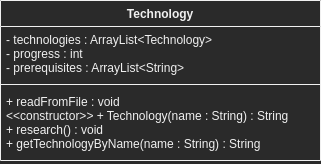
Above: UML/Technology.drawio.png in AdvancedProgrammingSUT2022/project-group-34 (draw.io), before the change. Source tidied: cells renumbered, new cells last; positions are measured from the earlier drawing's top-left corner, leaving out a move shared by most shapes. The source it was exported from:
```xml
<mxGraphModel>
  <root>
    <mxCell id="0" />
    <mxCell id="1" parent="0" />
    <mxCell id="2" value="Technology" style="swimlane;fontStyle=1;align=center;verticalAlign=top;horizontal=1;startSize=26;" parent="1" vertex="1">
      <mxGeometry width="320" height="160" as="geometry" />
    </mxCell>
    <mxCell id="3" value="- technologies : ArrayList&lt;Technology&gt;&#10;- progress : int&#10;- prerequisites : ArrayList&lt;String&gt;" style="text;strokeColor=none;fillColor=none;align=left;verticalAlign=top;spacingLeft=4;spacingRight=4;overflow=hidden;fontStyle=0;" parent="2" vertex="1">
      <mxGeometry y="26" width="320" height="54" as="geometry" />
    </mxCell>
    <mxCell id="4" style="line;strokeWidth=1;fillColor=none;align=left;verticalAlign=middle;spacingTop=-1;spacingLeft=3;spacingRight=3;labelPosition=right;" parent="2" vertex="1">
      <mxGeometry y="80" width="320" height="8" as="geometry" />
    </mxCell>
    <mxCell id="5" value="+ readFromFile : void&#10;&lt;&lt;constructor&gt;&gt; + Technology(name : String) : String&#10;+ research() : void&#10;+ getTechnologyByName(name : String) : String" style="text;strokeColor=none;fillColor=none;align=left;verticalAlign=top;spacingLeft=4;spacingRight=4;overflow=hidden;" parent="2" vertex="1">
      <mxGeometry y="88" width="320" height="72" as="geometry" />
    </mxCell>
  </root>
</mxGraphModel>
```
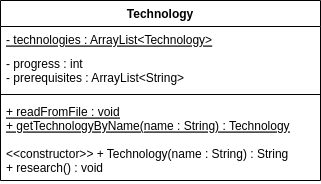
The same diagram one commit later.

Commit message:
improve view and technology and User

Change to the diagram source:
```diff
@@ -3,16 +3,22 @@
     <mxCell id="0" />
     <mxCell id="1" parent="0" />
     <mxCell id="2" value="Technology" style="swimlane;fontStyle=1;align=center;verticalAlign=top;horizontal=1;startSize=26;" parent="1" vertex="1">
-      <mxGeometry width="320" height="160" as="geometry" />
+      <mxGeometry width="320" height="180" as="geometry" />
     </mxCell>
-    <mxCell id="3" value="- technologies : ArrayList&lt;Technology&gt;&#10;- progress : int&#10;- prerequisites : ArrayList&lt;String&gt;" style="text;strokeColor=none;fillColor=none;align=left;verticalAlign=top;spacingLeft=4;spacingRight=4;overflow=hidden;fontStyle=0;" parent="2" vertex="1">
-      <mxGeometry y="26" width="320" height="54" as="geometry" />
+    <mxCell id="3" value="- technologies : ArrayList&lt;Technology&gt;" style="text;strokeColor=none;fillColor=none;align=left;verticalAlign=top;spacingLeft=4;spacingRight=4;overflow=hidden;fontStyle=4;" parent="2" vertex="1">
+      <mxGeometry y="26" width="320" height="24" as="geometry" />
     </mxCell>
+    <mxCell id="6" value="- progress : int&#10;- prerequisites : ArrayList&lt;String&gt;" style="text;strokeColor=none;fillColor=none;align=left;verticalAlign=top;spacingLeft=4;spacingRight=4;overflow=hidden;fontStyle=0;" parent="2" vertex="1">
+      <mxGeometry y="50" width="320" height="40" as="geometry" />
+    </mxCell>
     <mxCell id="4" style="line;strokeWidth=1;fillColor=none;align=left;verticalAlign=middle;spacingTop=-1;spacingLeft=3;spacingRight=3;labelPosition=right;" parent="2" vertex="1">
-      <mxGeometry y="80" width="320" height="8" as="geometry" />
+      <mxGeometry y="90" width="320" height="8" as="geometry" />
     </mxCell>
+    <mxCell id="7" value="+ readFromFile : void&#10;+ getTechnologyByName(name : String) : Technology" style="text;strokeColor=none;fillColor=none;align=left;verticalAlign=top;spacingLeft=4;spacingRight=4;overflow=hidden;fontStyle=4;" parent="2" vertex="1">
+      <mxGeometry y="98" width="320" height="42" as="geometry" />
+    </mxCell>
-    <mxCell id="5" value="+ readFromFile : void&#10;&lt;&lt;constructor&gt;&gt; + Technology(name : String) : String&#10;+ research() : void&#10;+ getTechnologyByName(name : String) : String" style="text;strokeColor=none;fillColor=none;align=left;verticalAlign=top;spacingLeft=4;spacingRight=4;overflow=hidden;" parent="2" vertex="1">
-      <mxGeometry y="88" width="320" height="72" as="geometry" />
+    <mxCell id="5" value="&lt;&lt;constructor&gt;&gt; + Technology(name : String) : String&#10;+ research() : void" style="text;strokeColor=none;fillColor=none;align=left;verticalAlign=top;spacingLeft=4;spacingRight=4;overflow=hidden;" parent="2" vertex="1">
+      <mxGeometry y="140" width="320" height="40" as="geometry" />
     </mxCell>
   </root>
 </mxGraphModel>
```
